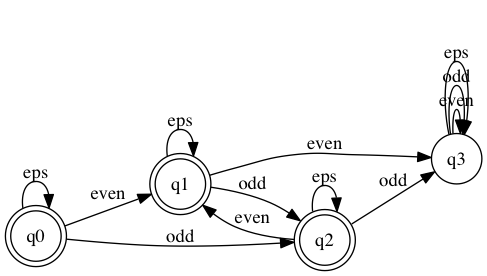
Before: spec.dot.png, a diagram exported from Graphviz (sdierauf/automata-and-languages-lab2). Its source is kept beside it as spec.dot.
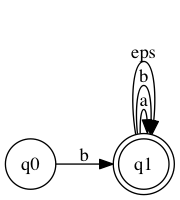
Above is the later version.

Change to the diagram source:
```diff
@@ -1,17 +1,9 @@
 digraph finite_state_machine {
 	rankdir=LR;
-	node [shape = doublecircle]; q0; q1; q2
+	node [shape = doublecircle]; q1
 	 node [shape = circle];
-	q0 -> q0 [ label = "eps"];
-	q0 -> q1 [ label = "even"];
+	q0 -> q1 [ label = "b"];
+	q1 -> q1 [ label = "a"];
+	q1 -> q1 [ label = "b"];
 	q1 -> q1 [ label = "eps"];
-	q1 -> q3 [ label = "even"];
-	q3 -> q3 [ label = "even"];
-	q3 -> q3 [ label = "odd"];
-	q3 -> q3 [ label = "eps"];
-	q1 -> q2 [ label = "odd"];
-	q0 -> q2 [ label = "odd"];
-	q2 -> q3 [ label = "odd"];
-	q2 -> q2 [ label = "eps"];
-	q2 -> q1 [ label = "even"];
 }
```
